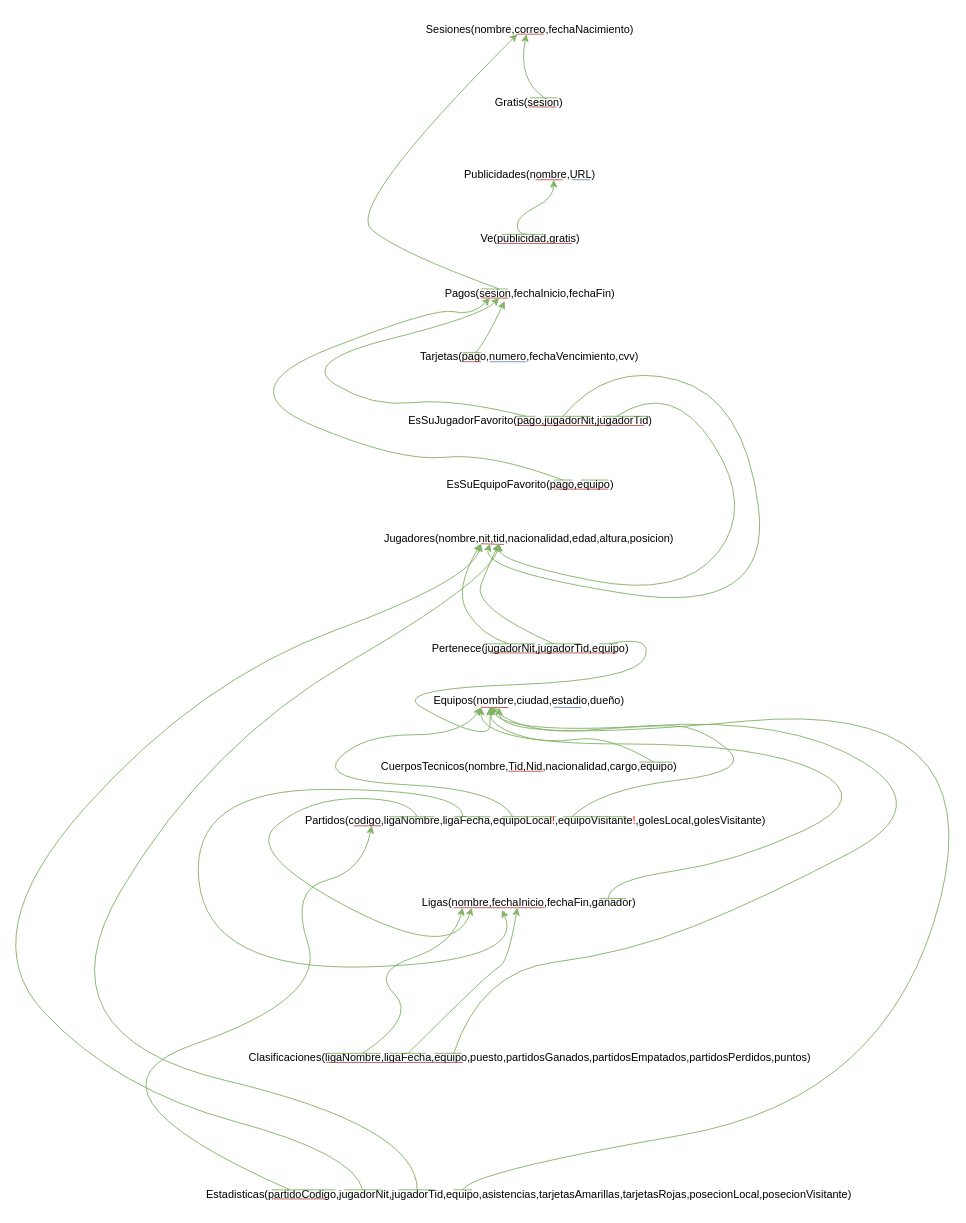
The draw.io diagram ModeloMiniProyecto.drawio in marzo245/Chicuazuque-Zambrano2024-1, before the edit. Source tidied: cells renumbered, new cells numbered last; positions are measured from the earlier drawing's top-left corner, leaving out a move shared by most shapes. Both pictures are drawn from the tidied source at 91%, with x=0, y=0 at pixel (-29, 15).
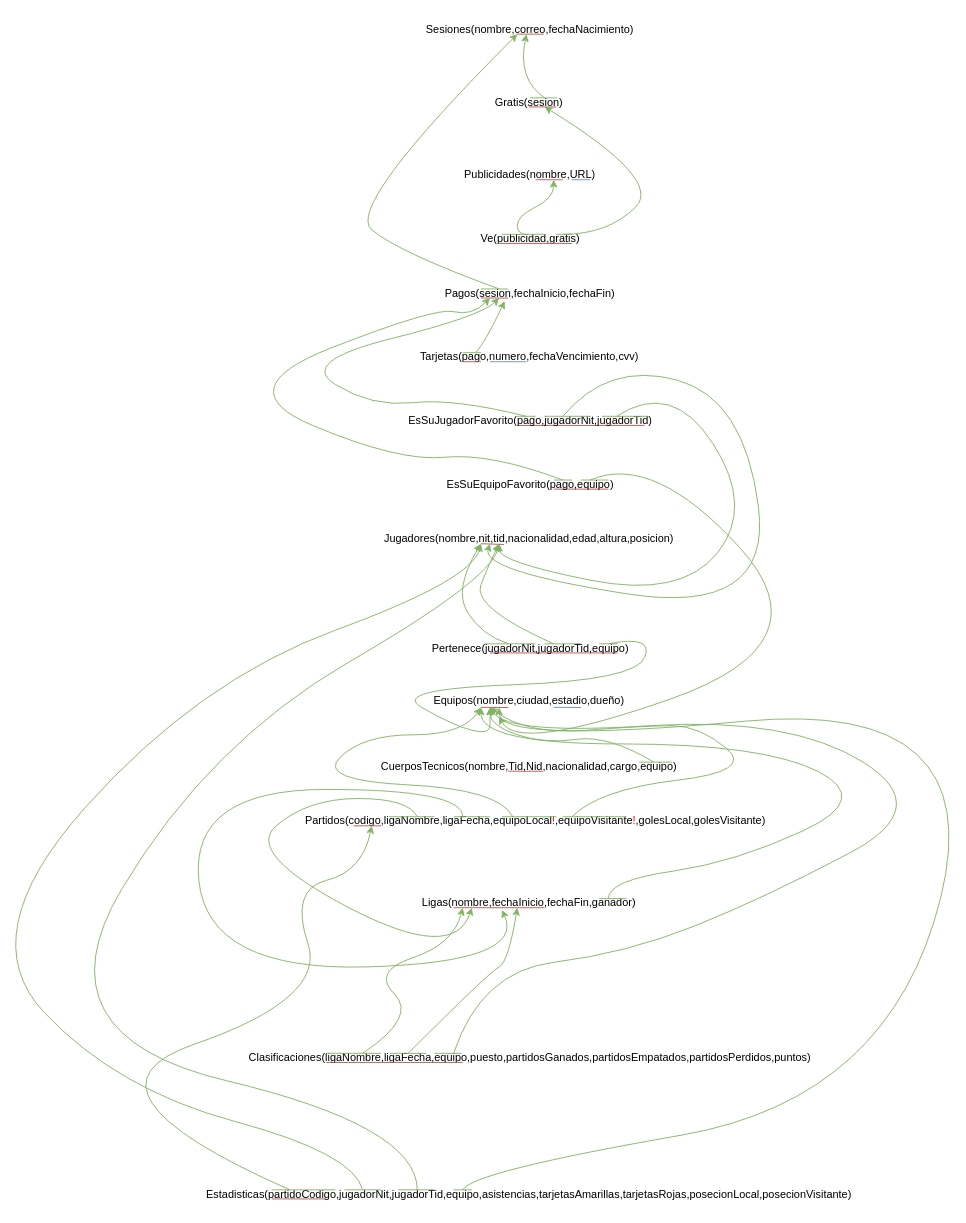
After the change.

The change refers to these unchanged cells:
```xml
<mxCell id="56" value="EsSuEquipoFavorito(pago,equipo)" style="text;html=1;align=center;verticalAlign=middle;points=[];strokeColor=none;fillColor=none;" parent="1" vertex="1">
  <mxGeometry x="509" y="500" width="210" height="30" as="geometry" />
</mxCell>
```

The edit, as a diff of the source:
```diff
@@
+    <mxCell id="86" style="endArrow=none;html=1;rounded=0;fillColor=#d5e8d4;strokeColor=#82b366;" parent="1" edge="1">
+      <mxGeometry relative="1" as="geometry">
+        <mxPoint x="643" y="240" as="sourcePoint" />
+        <mxPoint x="660" y="240" as="targetPoint" />
+        <Array as="points">
+          <mxPoint x="653" y="240" />
+        </Array>
+      </mxGeometry>
+    </mxCell>
+    <mxCell id="87" style="curved=1;endArrow=classic;html=1;rounded=0;fillColor=#d5e8d4;strokeColor=#82b366;" parent="1" edge="1">
+      <mxGeometry relative="1" as="geometry">
+        <mxPoint x="650" y="240" as="sourcePoint" />
+        <mxPoint x="630" y="100" as="targetPoint" />
+        <Array as="points">
+          <mxPoint x="700" y="240" />
+          <mxPoint x="760" y="180" />
+        </Array>
+      </mxGeometry>
+    </mxCell>
+    <mxCell id="88" style="curved=1;endArrow=classic;html=1;rounded=0;fillColor=#d5e8d4;strokeColor=#82b366;exitX=0.814;exitY=0.333;exitDx=0;exitDy=0;exitPerimeter=0;" parent="1" edge="1" source="56">
+      <mxGeometry relative="1" as="geometry">
+        <mxPoint x="580" y="770" as="targetPoint" />
+        <Array as="points">
+          <mxPoint x="750" y="480" />
+          <mxPoint x="940" y="690" />
+          <mxPoint x="600" y="810" />
+        </Array>
+      </mxGeometry>
+    </mxCell>
```
